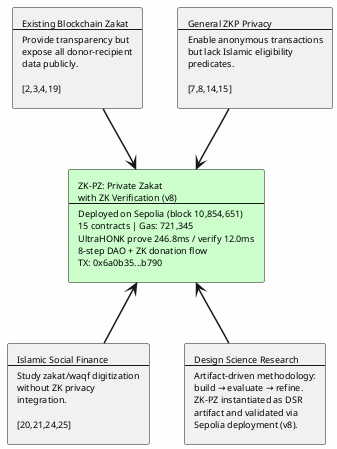
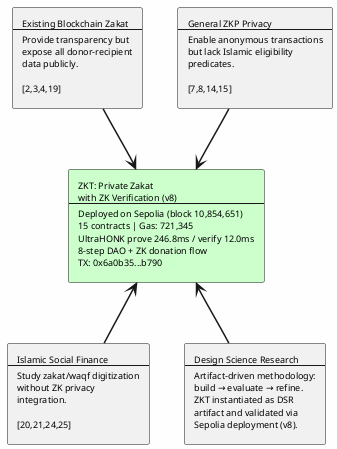
@startuml
skinparam backgroundColor #FEFEFE
skinparam shadowing false
skinparam defaultFontName Times-Roman
skinparam defaultFontSize 9
skinparam arrowThickness 1.5


rectangle "Existing Blockchain Zakat\n--\nProvide transparency but\nexpose all donor-recipient\ndata publicly.\n\n[2,3,4,19]" as TL
rectangle "General ZKP Privacy\n--\nEnable anonymous transactions\nbut lack Islamic eligibility\npredicates.\n\n[7,8,14,15]" as TR
rectangle "Islamic Social Finance\n--\nStudy zakat/waqf digitization\nwithout ZK privacy\nintegration.\n\n[20,21,24,25]" as BL
- rectangle "Design Science Research\n--\nArtifact-driven methodology:\nbuild → evaluate → refine.\nZK-PZ instantiated as DSR\nartifact and validated via\nSepolia deployment (v8)." as BR
+ rectangle "Design Science Research\n--\nArtifact-driven methodology:\nbuild → evaluate → refine.\nZKT instantiated as DSR\nartifact and validated via\nSepolia deployment (v8)." as BR

- rectangle "ZK-PZ: Private Zakat\nwith ZK Verification (v8)\n--\nDeployed on Sepolia (block 10,854,651)\n15 contracts | Gas: 721,345\nUltraHONK prove 246.8ms / verify 12.0ms\n8-step DAO + ZK donation flow\nTX: 0x6a0b35...b790" as CENTER #CCFFCC
+ rectangle "ZKT: Private Zakat\nwith ZK Verification (v8)\n--\nDeployed on Sepolia (block 10,854,651)\n15 contracts | Gas: 721,345\nUltraHONK prove 246.8ms / verify 12.0ms\n8-step DAO + ZK donation flow\nTX: 0x6a0b35...b790" as CENTER #CCFFCC

TL -down-> CENTER
TR -down-> CENTER
BL -up-> CENTER
BR -up-> CENTER

@enduml
